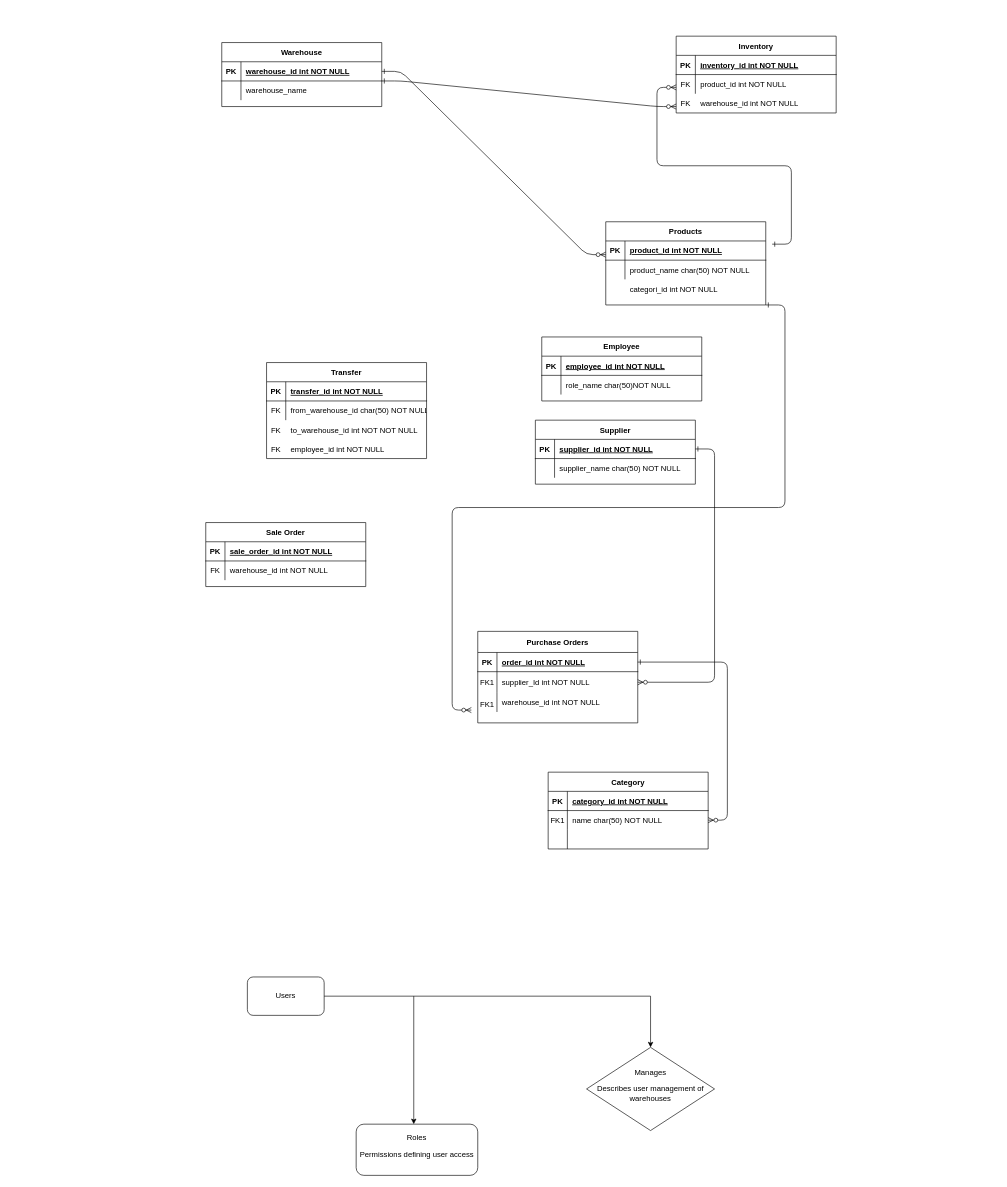
Above: diagrams/ERD.drawio in BhathiyaPrasad/odoo-inventory-pasalka (draw.io), before the change. Source tidied: cells renumbered, new cells numbered last; positions are measured from the earlier drawing's top-left corner, leaving out a move shared by most shapes. Both pictures are drawn from the tidied source at 64%, with x=0, y=0 at pixel (205, 36).
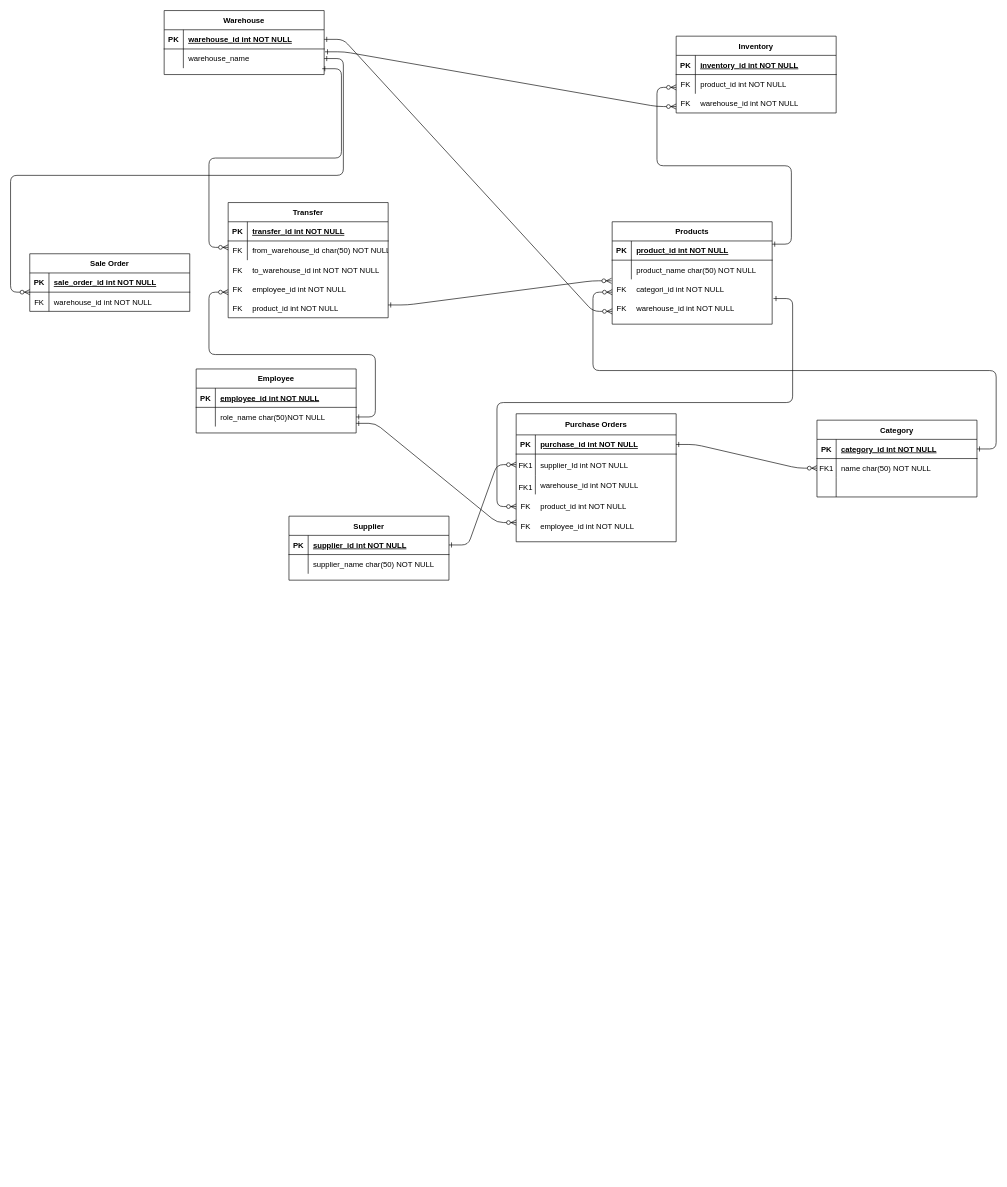
After the change.

The change refers to these unchanged cells:
```xml
<mxCell id="5" style="shape=partialRectangle;fillColor=none;points=[[0,0.5],[1,0.5]];portConstraint=eastwest;top=0;left=0;right=0;bottom=1;" parent="4" vertex="1">
  <mxGeometry y="33" width="250" height="30" as="geometry" />
</mxCell>
<mxCell id="15" style="shape=partialRectangle;fillColor=none;points=[[0,0.5],[1,0.5]];portConstraint=eastwest;top=0;left=0;right=0;bottom=1;" parent="14" vertex="1">
  <mxGeometry y="30" width="250" height="30" as="geometry" />
</mxCell>
<mxCell id="35" style="shape=partialRectangle;fillColor=none;points=[[0,0.5],[1,0.5]];portConstraint=eastwest;top=0;left=0;right=0;bottom=0;" parent="31" vertex="1">
  <mxGeometry y="60" width="250" height="30" as="geometry" />
</mxCell>
<mxCell id="39" style="shape=partialRectangle;fillColor=none;points=[[0,0.5],[1,0.5]];portConstraint=eastwest;top=0;left=0;right=0;bottom=1;" parent="38" vertex="1">
  <mxGeometry y="30" width="250" height="30" as="geometry" />
</mxCell>
<mxCell id="42" style="shape=partialRectangle;fillColor=none;points=[[0,0.5],[1,0.5]];portConstraint=eastwest;top=0;left=0;right=0;bottom=0;" parent="38" vertex="1">
  <mxGeometry y="60" width="250" height="30" as="geometry" />
</mxCell>
<mxCell id="63" style="shape=partialRectangle;fillColor=none;points=[[0,0.5],[1,0.5]];portConstraint=eastwest;top=0;left=0;right=0;bottom=0;" parent="59" vertex="1">
  <mxGeometry y="60" width="250" height="30" as="geometry" />
</mxCell>
```

What changed in the source:
```diff
@@
     <mxCell id="4" value="Purchase Orders" style="shape=table;startSize=33;childLayout=tableLayout;rowLines=0;fontStyle=1;align=center;" parent="1" vertex="1">
-      <mxGeometry x="425" y="930" width="250" height="143" as="geometry" />
+      <mxGeometry x="485" y="590" width="250" height="200" as="geometry" />
     </mxCell>
@@
-    <mxCell id="7" value="order_id int NOT NULL " style="shape=partialRectangle;overflow=hidden;fillColor=none;top=0;left=0;bottom=0;right=0;align=left;spacingLeft=6;fontStyle=5;" parent="5" vertex="1">
+    <mxCell id="7" value="purchase_id int NOT NULL " style="shape=partialRectangle;overflow=hidden;fillColor=none;top=0;left=0;bottom=0;right=0;align=left;spacingLeft=6;fontStyle=5;" parent="5" vertex="1">
       <mxGeometry x="30" width="220" height="30" as="geometry" />
     </mxCell>
@@
     <mxCell id="14" value="Category" style="shape=table;startSize=30;childLayout=tableLayout;rowLines=0;fontStyle=1;align=center;" parent="1" vertex="1">
-      <mxGeometry x="535" y="1150" width="250" height="120" as="geometry" />
+      <mxGeometry x="955" y="600" width="250" height="120" as="geometry" />
     </mxCell>
@@
     <mxCell id="24" value="Supplier" style="shape=table;startSize=30;childLayout=tableLayout;rowLines=0;fontStyle=1;align=center;" parent="1" vertex="1">
-      <mxGeometry x="515" y="600" width="250" height="100" as="geometry" />
+      <mxGeometry x="130" y="750" width="250" height="100" as="geometry" />
     </mxCell>
@@
     <mxCell id="31" value="Products" style="shape=table;startSize=30;childLayout=tableLayout;rowLines=0;fontStyle=1;align=center;" parent="1" vertex="1">
-      <mxGeometry x="625" y="290" width="250" height="130" as="geometry" />
+      <mxGeometry x="635" y="290" width="250" height="160" as="geometry" />
     </mxCell>
@@
     <mxCell id="38" value="Warehouse" style="shape=table;startSize=30;childLayout=tableLayout;rowLines=0;fontStyle=1;align=center;" parent="1" vertex="1">
-      <mxGeometry x="25" y="10" width="250" height="100" as="geometry" />
+      <mxGeometry x="-65" y="-40" width="250" height="100" as="geometry" />
     </mxCell>
@@
     <mxCell id="45" style="edgeStyle=entityRelationEdgeStyle;endArrow=ERzeroToMany;startArrow=ERone;endFill=1;startFill=0;exitX=1;exitY=0.5;exitDx=0;exitDy=0;" parent="1" edge="1" source="39">
       <mxGeometry relative="1" as="geometry">
-        <mxPoint x="625" y="341.4" as="targetPoint" />
+        <mxPoint x="635" y="430" as="targetPoint" />
+        <Array as="points">
+          <mxPoint x="635" y="430" />
+        </Array>
       </mxGeometry>
     </mxCell>
-    <mxCell id="46" style="edgeStyle=entityRelationEdgeStyle;endArrow=ERzeroToMany;startArrow=ERone;endFill=1;startFill=0;exitX=1;exitY=1;exitDx=0;exitDy=0;" parent="1" edge="1" source="31">
-      <mxGeometry relative="1" as="geometry">
-        <mxPoint x="415" y="1053" as="targetPoint" />
-        <Array as="points">
-          <mxPoint x="515" y="1188" />
-        </Array>
-      </mxGeometry>
-    </mxCell>
-    <mxCell id="47" value="Users" style="rounded=1;whiteSpace=wrap;html=1;" parent="1" vertex="1">
-      <mxGeometry x="65" y="1470" width="120" height="60" as="geometry" />
-    </mxCell>
-    <mxCell id="48" value="Manages&lt;br&gt;&lt;p&gt;Describes user management of warehouses&lt;/p&gt;" style="rhombus;whiteSpace=wrap;html=1;" parent="1" vertex="1">
-      <mxGeometry x="595" y="1580" width="200" height="130" as="geometry" />
-    </mxCell>
-    <mxCell id="49" style="endArrow=classic;html=1;rounded=0;exitX=1;exitY=0.5;exitDx=0;exitDy=0;" parent="1" edge="1" source="47" target="48">
-      <mxGeometry relative="1" as="geometry">
-        <Array as="points">
-          <mxPoint x="695" y="1500" />
-        </Array>
-      </mxGeometry>
-    </mxCell>
-    <mxCell id="50" value="Roles&lt;div&gt;&lt;p&gt;Permissions defining user access&lt;/p&gt;&lt;/div&gt;" style="rounded=1;whiteSpace=wrap;html=1;" parent="1" vertex="1">
-      <mxGeometry x="235" y="1700" width="190" height="80" as="geometry" />
-    </mxCell>
-    <mxCell id="51" style="endArrow=classic;html=1;rounded=0;" parent="1" edge="1">
-      <mxGeometry relative="1" as="geometry">
-        <mxPoint x="325" y="1500" as="sourcePoint" />
-        <mxPoint x="325" y="1700" as="targetPoint" />
-      </mxGeometry>
-    </mxCell>
@@
     <mxCell id="59" value="Employee" style="shape=table;startSize=30;childLayout=tableLayout;rowLines=0;fontStyle=1;align=center;" parent="1" vertex="1">
-      <mxGeometry x="525" y="470" width="250" height="100" as="geometry" />
+      <mxGeometry x="-15" y="520" width="250" height="100" as="geometry" />
     </mxCell>
@@
     <mxCell id="66" value="Transfer" style="shape=table;startSize=30;childLayout=tableLayout;rowLines=0;fontStyle=1;align=center;" parent="1" vertex="1">
-      <mxGeometry x="95" y="510" width="250" height="150" as="geometry" />
+      <mxGeometry x="35" y="260" width="250" height="180" as="geometry" />
     </mxCell>
@@
     <mxCell id="73" value="to_warehouse_id int NOT NOT NULL" style="shape=partialRectangle;overflow=hidden;fillColor=none;top=0;left=0;bottom=0;right=0;align=left;spacingLeft=6;" parent="1" vertex="1">
-      <mxGeometry x="125" y="600" width="220" height="30" as="geometry" />
+      <mxGeometry x="65" y="350" width="220" height="30" as="geometry" />
     </mxCell>
     <mxCell id="74" value="FK" style="shape=partialRectangle;overflow=hidden;fillColor=none;top=0;left=0;bottom=0;right=0;" parent="1" vertex="1">
-      <mxGeometry x="95" y="570" width="30" height="30" as="geometry" />
+      <mxGeometry x="35" y="320" width="30" height="30" as="geometry" />
     </mxCell>
     <mxCell id="75" value="FK" style="shape=partialRectangle;overflow=hidden;fillColor=none;top=0;left=0;bottom=0;right=0;" parent="1" vertex="1">
-      <mxGeometry x="95" y="600" width="30" height="30" as="geometry" />
+      <mxGeometry x="35" y="350" width="30" height="30" as="geometry" />
     </mxCell>
     <mxCell id="76" value="categori_id int NOT NULL" style="shape=partialRectangle;overflow=hidden;fillColor=none;top=0;left=0;bottom=0;right=0;align=left;spacingLeft=6;" parent="1" vertex="1">
-      <mxGeometry x="655" y="380" width="220" height="30" as="geometry" />
+      <mxGeometry x="665" y="380" width="220" height="30" as="geometry" />
     </mxCell>
@@
     <mxCell id="79" value="employee_id int NOT NULL" style="shape=partialRectangle;overflow=hidden;fillColor=none;top=0;left=0;bottom=0;right=0;align=left;spacingLeft=6;" parent="1" vertex="1">
-      <mxGeometry x="125" y="630" width="220" height="30" as="geometry" />
+      <mxGeometry x="65" y="380" width="220" height="30" as="geometry" />
     </mxCell>
     <mxCell id="80" value="FK" style="shape=partialRectangle;overflow=hidden;fillColor=none;top=0;left=0;bottom=0;right=0;" parent="1" vertex="1">
-      <mxGeometry x="95" y="630" width="30" height="30" as="geometry" />
+      <mxGeometry x="35" y="380" width="30" height="30" as="geometry" />
     </mxCell>
     <mxCell id="81" value="FK1" style="shape=partialRectangle;overflow=hidden;fillColor=none;top=0;left=0;bottom=0;right=0;" parent="1" vertex="1">
-      <mxGeometry x="425" y="1027" width="30" height="33" as="geometry" />
+      <mxGeometry x="485" y="688" width="30" height="33" as="geometry" />
     </mxCell>
     <mxCell id="82" value="Sale Order" style="shape=table;startSize=30;childLayout=tableLayout;rowLines=0;fontStyle=1;align=center;" parent="1" vertex="1">
-      <mxGeometry y="760" width="250" height="100" as="geometry" />
+      <mxGeometry x="-275" y="340" width="250" height="90" as="geometry" />
     </mxCell>
@@
     <mxCell id="89" value="FK" style="shape=partialRectangle;overflow=hidden;fillColor=none;top=0;left=0;bottom=0;right=0;" parent="1" vertex="1">
-      <mxGeometry y="820" width="30" height="30" as="geometry" />
+      <mxGeometry x="-275" y="400" width="30" height="30" as="geometry" />
     </mxCell>
-    <mxCell id="90" style="edgeStyle=entityRelationEdgeStyle;endArrow=ERzeroToMany;startArrow=ERone;endFill=1;startFill=0;exitX=1;exitY=0.25;exitDx=0;exitDy=0;entryX=0;entryY=0.5;entryDx=0;entryDy=0;" parent="1" edge="1">
+    <mxCell id="90" style="edgeStyle=entityRelationEdgeStyle;endArrow=ERzeroToMany;startArrow=ERone;endFill=1;startFill=0;exitX=1.005;exitY=0.148;exitDx=0;exitDy=0;entryX=0;entryY=0.5;entryDx=0;entryDy=0;exitPerimeter=0;" parent="1" edge="1" source="42">
       <mxGeometry relative="1" as="geometry">
-        <mxPoint x="275" y="70" as="sourcePoint" />
         <mxPoint x="735" y="110" as="targetPoint" />
         <Array as="points">
           <mxPoint x="285" y="90" />
         </Array>
       </mxGeometry>
     </mxCell>
@@
+    <mxCell id="92" style="edgeStyle=entityRelationEdgeStyle;endArrow=ERzeroToMany;startArrow=ERone;endFill=1;startFill=0;exitX=0.988;exitY=1.029;exitDx=0;exitDy=0;exitPerimeter=0;" parent="1" edge="1" source="42">
+      <mxGeometry relative="1" as="geometry">
+        <mxPoint x="35" y="330" as="targetPoint" />
+        <Array as="points">
+          <mxPoint x="190" y="48" />
+        </Array>
+      </mxGeometry>
+    </mxCell>
+    <mxCell id="93" style="edgeStyle=entityRelationEdgeStyle;endArrow=ERzeroToMany;startArrow=ERone;endFill=1;startFill=0;entryX=-0.004;entryY=1.075;entryDx=0;entryDy=0;entryPerimeter=0;" parent="1" edge="1" target="35">
+      <mxGeometry relative="1" as="geometry">
+        <mxPoint x="285" y="420" as="sourcePoint" />
+      </mxGeometry>
+    </mxCell>
+    <mxCell id="94" style="edgeStyle=entityRelationEdgeStyle;endArrow=ERzeroToMany;startArrow=ERone;endFill=1;startFill=0;" parent="1" edge="1">
+      <mxGeometry relative="1" as="geometry">
+        <mxPoint x="887" y="410" as="sourcePoint" />
+        <mxPoint x="485" y="735" as="targetPoint" />
+      </mxGeometry>
+    </mxCell>
+    <mxCell id="95" style="edgeStyle=entityRelationEdgeStyle;endArrow=ERzeroToMany;startArrow=ERone;endFill=1;startFill=0;exitX=1;exitY=0.5;exitDx=0;exitDy=0;" parent="1" edge="1" source="63">
+      <mxGeometry relative="1" as="geometry">
+        <mxPoint x="35" y="400" as="targetPoint" />
+      </mxGeometry>
+    </mxCell>
+    <mxCell id="96" style="edgeStyle=entityRelationEdgeStyle;endArrow=ERzeroToMany;startArrow=ERone;endFill=1;startFill=0;exitX=1;exitY=0.833;exitDx=0;exitDy=0;exitPerimeter=0;" parent="1" edge="1" source="63">
+      <mxGeometry relative="1" as="geometry">
+        <mxPoint x="485" y="760" as="targetPoint" />
+        <Array as="points">
+          <mxPoint x="485" y="770" />
+        </Array>
+      </mxGeometry>
+    </mxCell>
+    <mxCell id="97" style="edgeStyle=entityRelationEdgeStyle;endArrow=ERzeroToMany;startArrow=ERone;endFill=1;startFill=0;exitX=1;exitY=0.5;exitDx=0;exitDy=0;" parent="1" edge="1" source="15">
+      <mxGeometry relative="1" as="geometry">
+        <mxPoint x="635" y="400" as="targetPoint" />
+      </mxGeometry>
+    </mxCell>
+    <mxCell id="98" value="FK" style="shape=partialRectangle;overflow=hidden;fillColor=none;top=0;left=0;bottom=0;right=0;" parent="1" vertex="1">
+      <mxGeometry x="635" y="380" width="30" height="30" as="geometry" />
+    </mxCell>
+    <mxCell id="99" style="edgeStyle=entityRelationEdgeStyle;endArrow=ERzeroToMany;startArrow=ERone;endFill=1;startFill=0;" parent="1" edge="1" source="42">
+      <mxGeometry relative="1" as="geometry">
+        <mxPoint x="-275" y="400" as="targetPoint" />
+      </mxGeometry>
+    </mxCell>
+    <mxCell id="100" value="product_id int NOT NULL " style="shape=partialRectangle;overflow=hidden;fillColor=none;top=0;left=0;bottom=0;right=0;align=left;spacingLeft=6;fontStyle=0;" parent="1" vertex="1">
+      <mxGeometry x="65" y="410" width="220" height="30" as="geometry" />
+    </mxCell>
+    <mxCell id="101" value="FK" style="shape=partialRectangle;overflow=hidden;fillColor=none;top=0;left=0;bottom=0;right=0;" parent="1" vertex="1">
+      <mxGeometry x="35" y="410" width="30" height="30" as="geometry" />
+    </mxCell>
+    <mxCell id="102" value="product_id int NOT NULL " style="shape=partialRectangle;overflow=hidden;fillColor=none;top=0;left=0;bottom=0;right=0;align=left;spacingLeft=6;fontStyle=0;" parent="1" vertex="1">
+      <mxGeometry x="515" y="720" width="220" height="30" as="geometry" />
+    </mxCell>
+    <mxCell id="103" value="FK" style="shape=partialRectangle;overflow=hidden;fillColor=none;top=0;left=0;bottom=0;right=0;" parent="1" vertex="1">
+      <mxGeometry x="485" y="720" width="30" height="30" as="geometry" />
+    </mxCell>
+    <mxCell id="104" value="warehouse_id int NOT NULL" style="shape=partialRectangle;overflow=hidden;fillColor=none;top=0;left=0;bottom=0;right=0;align=left;spacingLeft=6;" parent="1" vertex="1">
+      <mxGeometry x="665" y="410" width="220" height="30" as="geometry" />
+    </mxCell>
+    <mxCell id="105" value="FK" style="shape=partialRectangle;overflow=hidden;fillColor=none;top=0;left=0;bottom=0;right=0;" parent="1" vertex="1">
+      <mxGeometry x="635" y="410" width="30" height="30" as="geometry" />
+    </mxCell>
+    <mxCell id="106" value="employee_id int NOT NULL" style="shape=partialRectangle;overflow=hidden;fillColor=none;top=0;left=0;bottom=0;right=0;align=left;spacingLeft=6;" parent="1" vertex="1">
+      <mxGeometry x="515" y="750" width="220" height="30" as="geometry" />
+    </mxCell>
+    <mxCell id="107" value="FK" style="shape=partialRectangle;overflow=hidden;fillColor=none;top=0;left=0;bottom=0;right=0;" parent="1" vertex="1">
+      <mxGeometry x="485" y="750" width="30" height="30" as="geometry" />
+    </mxCell>
```
